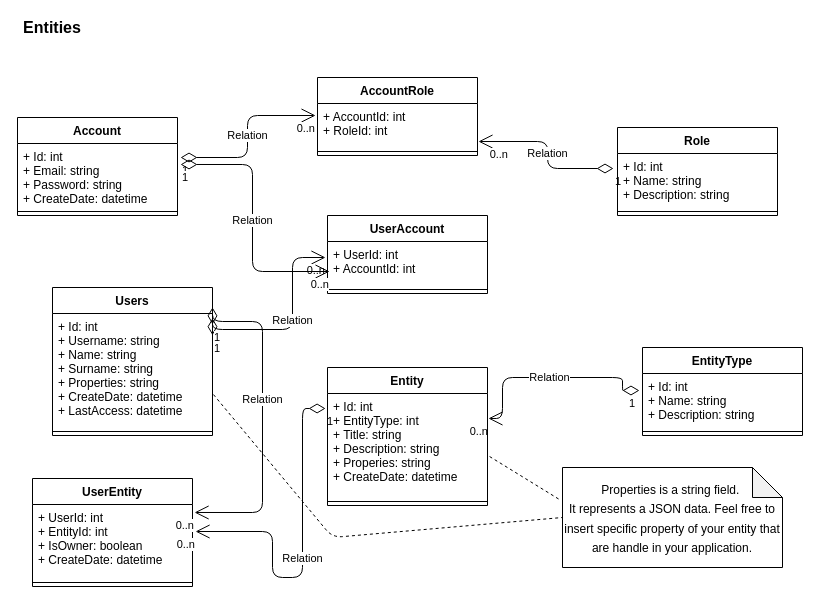
Magicianred/base-webapi-accounts-network keeps this draw.io diagram as Project/Diagrams/entities.drawio. Above is the earlier version. Source tidied: cells renumbered, new cells numbered last; positions are measured from the earlier drawing's top-left corner, leaving out a move shared by most shapes. Both pictures are drawn from the tidied source at 100%, with x=0, y=0 at pixel (17, 17).
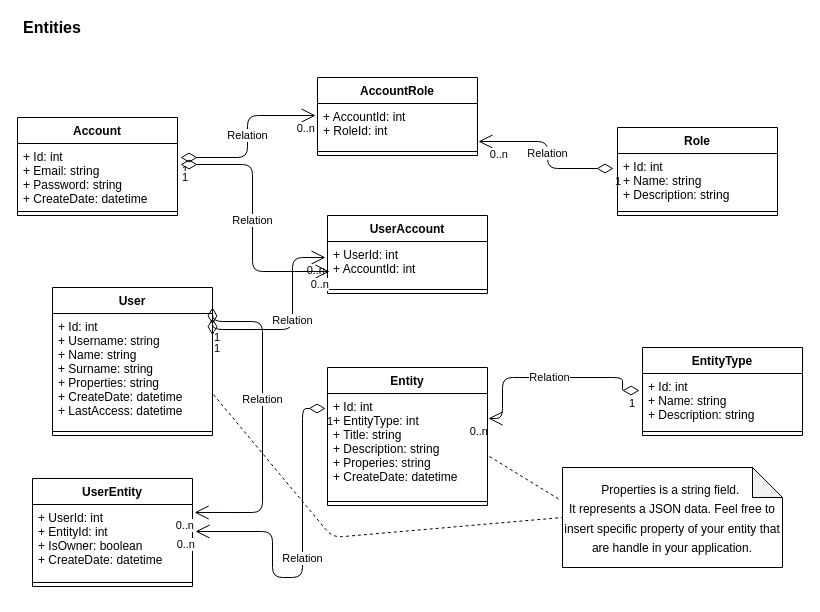
The same page after the edit.

Commit message (it also covers changes not shown here):
Added db scripts for new entities

Diff of the diagram source:
```diff
@@
-    <mxCell id="18" value="Users" style="swimlane;fontStyle=1;align=center;verticalAlign=top;horizontal=1;startSize=26;" parent="1" vertex="1">
+    <mxCell id="18" value="User" style="swimlane;fontStyle=1;align=center;verticalAlign=top;horizontal=1;startSize=26;" parent="1" vertex="1">
       <mxGeometry x="35" y="270" width="160" height="148" as="geometry" />
     </mxCell>
```
